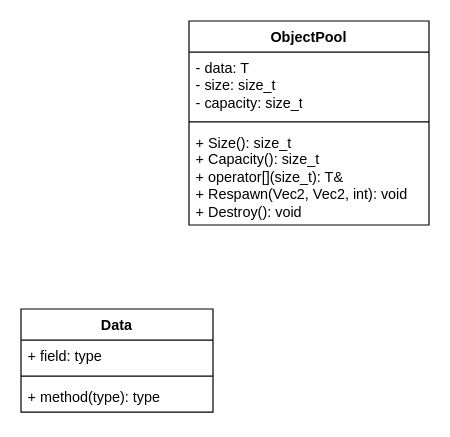
The draw.io diagram CDDS_Optimise/Class diagram.drawio in Thegamingninja55/AIEYear1Samples, before the edit. Source tidied: cells renumbered, new cells numbered last; positions are measured from the earlier drawing's top-left corner, leaving out a move shared by most shapes. Both pictures are drawn from the tidied source at 120%, with x=0, y=0 at pixel (20, 20).
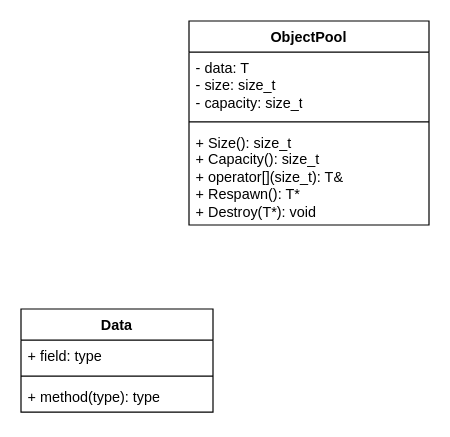
Above is the later version.

Commit message (it also covers changes not shown here):
Class diagram

Diff of the diagram source:
```diff
@@
 <mxGraphModel>
   <root>
     <mxCell id="0" />
     <mxCell id="1" parent="0" />
     <mxCell id="2" value="ObjectPool" style="swimlane;fontStyle=1;align=center;verticalAlign=top;horizontal=1;startSize=26;whiteSpace=wrap;html=1;" parent="1" vertex="1">
       <mxGeometry x="140" width="200" height="170" as="geometry" />
     </mxCell>
     <mxCell id="3" value="- data: T&lt;div&gt;- size: size_t&lt;/div&gt;&lt;div&gt;- capacity: size_t&lt;/div&gt;" style="text;strokeColor=none;fillColor=none;align=left;verticalAlign=top;spacingLeft=4;spacingRight=4;overflow=hidden;whiteSpace=wrap;html=1;" parent="2" vertex="1">
       <mxGeometry y="26" width="200" height="54" as="geometry" />
     </mxCell>
     <mxCell id="4" style="line;strokeWidth=1;fillColor=none;align=left;verticalAlign=middle;spacingTop=-1;spacingLeft=3;spacingRight=3;labelPosition=right;strokeColor=inherit;" parent="2" vertex="1">
       <mxGeometry y="80" width="200" height="8" as="geometry" />
     </mxCell>
-    <mxCell id="5" value="+ Size(): size_t&lt;br&gt;+ Capacity(): size_t&lt;div&gt;+ operator[](size_t): T&amp;amp;&lt;br&gt;+ Respawn(Vec2, Vec2, int): void&amp;nbsp;&lt;br&gt;+ Destroy(): void&lt;/div&gt;" style="text;strokeColor=none;fillColor=none;align=left;verticalAlign=top;spacingLeft=4;spacingRight=4;overflow=hidden;whiteSpace=wrap;html=1;" parent="2" vertex="1">
+    <mxCell id="5" value="+ Size(): size_t&lt;br&gt;+ Capacity(): size_t&lt;div&gt;+ operator[](size_t): T&amp;amp;&lt;br&gt;+ Respawn(): T*&amp;nbsp;&lt;br&gt;+ Destroy(T*): void&lt;/div&gt;" style="text;strokeColor=none;fillColor=none;align=left;verticalAlign=top;spacingLeft=4;spacingRight=4;overflow=hidden;whiteSpace=wrap;html=1;" parent="2" vertex="1">
       <mxGeometry y="88" width="200" height="82" as="geometry" />
     </mxCell>
     <mxCell id="6" value="Data" style="swimlane;fontStyle=1;align=center;verticalAlign=top;horizontal=1;startSize=26;whiteSpace=wrap;html=1;" parent="1" vertex="1">
       <mxGeometry y="240" width="160" height="86" as="geometry" />
     </mxCell>
     <mxCell id="7" value="+ field: type" style="text;strokeColor=none;fillColor=none;align=left;verticalAlign=top;spacingLeft=4;spacingRight=4;overflow=hidden;whiteSpace=wrap;html=1;" parent="6" vertex="1">
       <mxGeometry y="26" width="160" height="26" as="geometry" />
     </mxCell>
     <mxCell id="8" style="line;strokeWidth=1;fillColor=none;align=left;verticalAlign=middle;spacingTop=-1;spacingLeft=3;spacingRight=3;labelPosition=right;strokeColor=inherit;" parent="6" vertex="1">
       <mxGeometry y="52" width="160" height="8" as="geometry" />
     </mxCell>
     <mxCell id="9" value="+ method(type): type" style="text;strokeColor=none;fillColor=none;align=left;verticalAlign=top;spacingLeft=4;spacingRight=4;overflow=hidden;whiteSpace=wrap;html=1;" parent="6" vertex="1">
       <mxGeometry y="60" width="160" height="26" as="geometry" />
     </mxCell>
   </root>
 </mxGraphModel>
```
